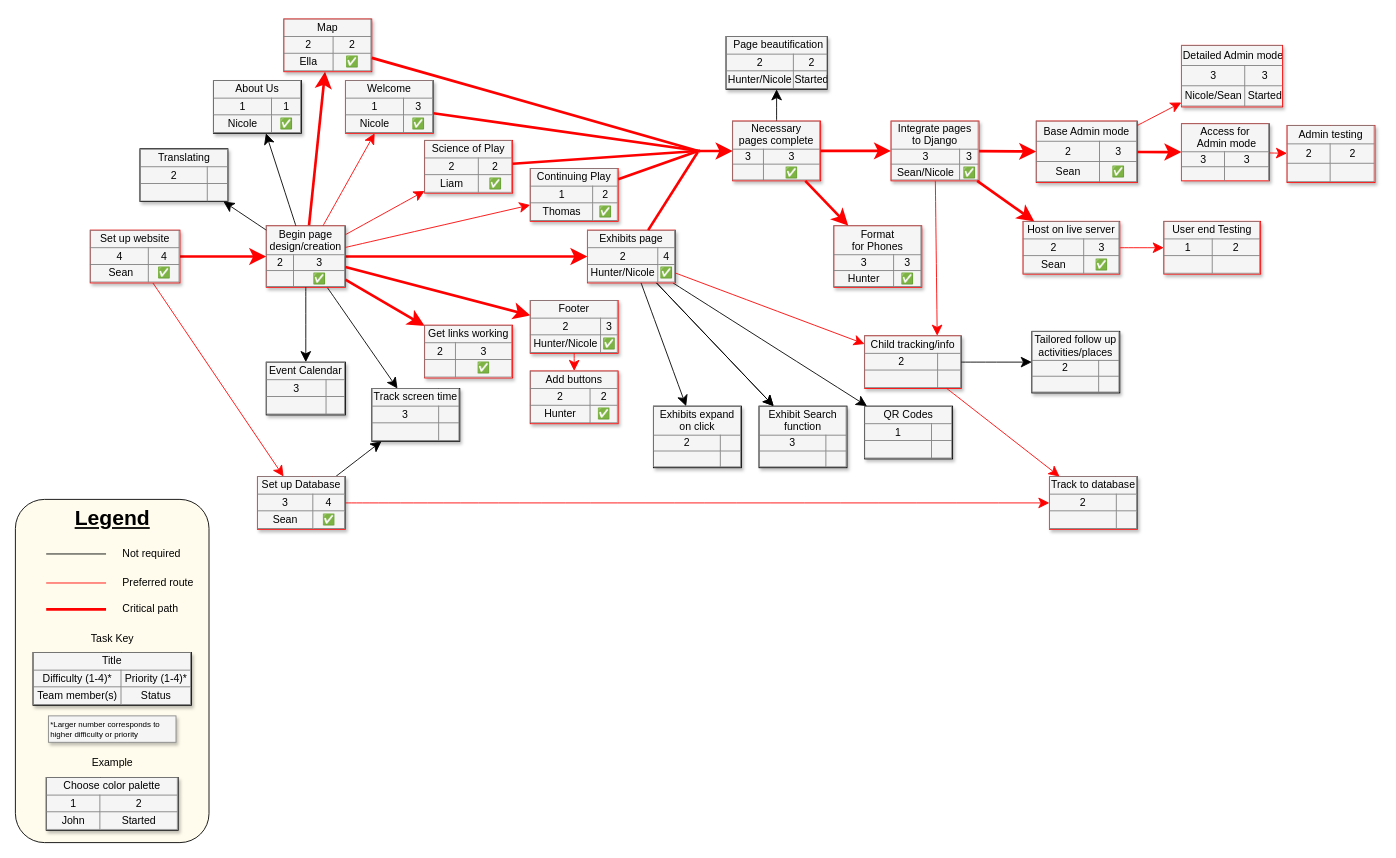
Earlier version of the draw.io diagram Benchmark 3/Documentation/PERT_benchmark_3.drawio (LiamBroderick/Group-G-CSC-230). Source tidied: cells renumbered, new cells numbered last; positions are measured from the earlier drawing's top-left corner, leaving out a move shared by most shapes. Both pictures are drawn from the tidied source at 88%, with x=0, y=0 at pixel (15, 18).
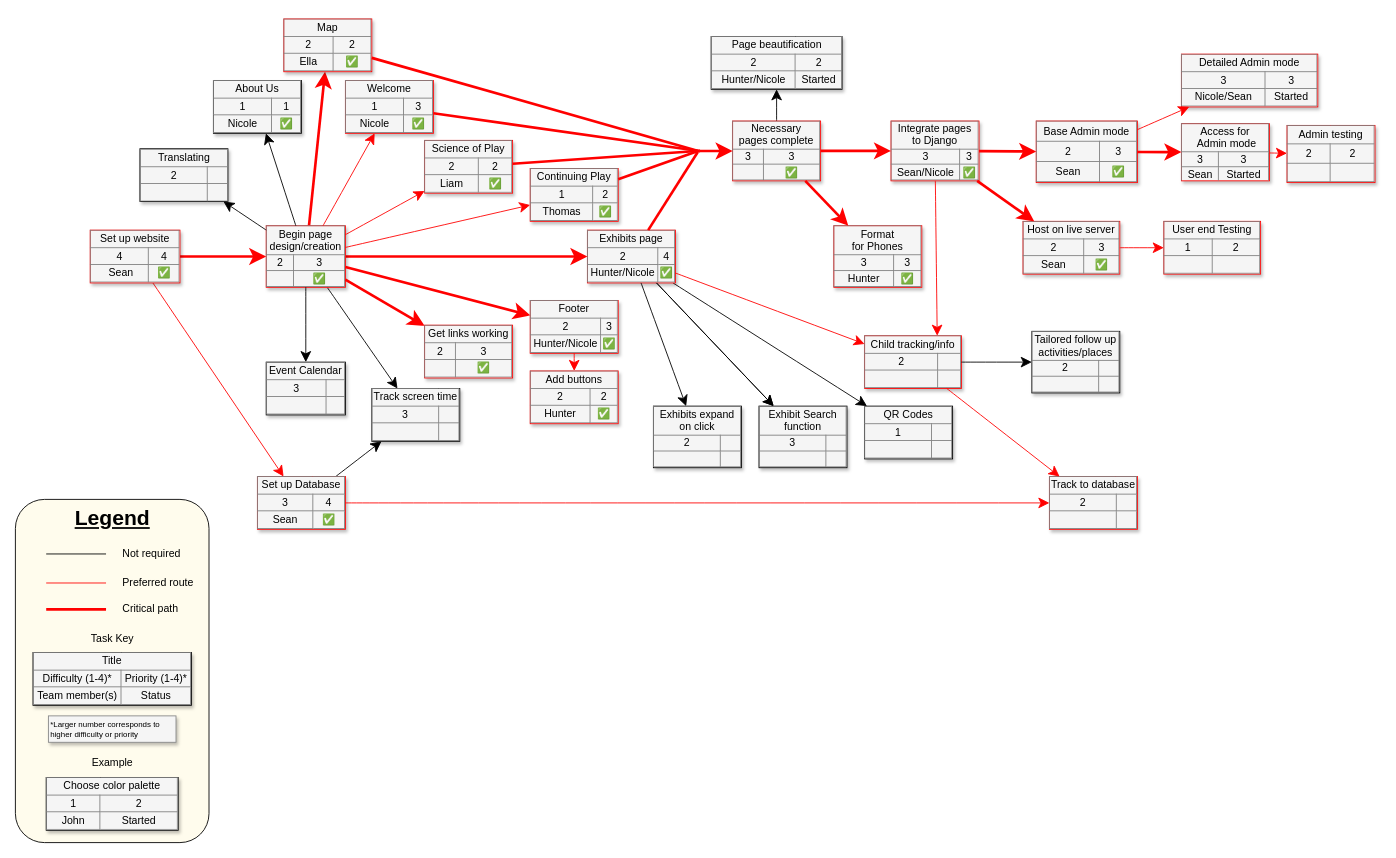
Above is the later version.

Change to the diagram source:
```diff
@@
-    <mxCell id="12" value="&lt;table border=&quot;1&quot; width=&quot;100%&quot; style=&quot;width: 100% ; height: 100% ; border-collapse: collapse&quot;&gt;&lt;tbody&gt;&lt;tr&gt;&lt;td colspan=&quot;2&quot; align=&quot;center&quot;&gt;Access for&lt;br&gt;&amp;nbsp;Admin mode&lt;br&gt;&lt;/td&gt;&lt;/tr&gt;&lt;tr&gt;&lt;td align=&quot;center&quot;&gt;3&lt;br&gt;&lt;/td&gt;&lt;td align=&quot;center&quot;&gt;3&lt;br&gt;&lt;/td&gt;&lt;/tr&gt;&lt;tr&gt;&lt;td align=&quot;center&quot;&gt;&lt;/td&gt;&lt;td align=&quot;center&quot;&gt;&lt;br&gt;&lt;/td&gt;&lt;/tr&gt;&lt;/tbody&gt;&lt;/table&gt;" style="text;html=1;strokeColor=#FF0000;fillColor=#f5f5f5;overflow=fill;rounded=0;shadow=1;fontSize=12;align=center;" parent="1" vertex="1">
+    <mxCell id="12" value="&lt;table border=&quot;1&quot; width=&quot;100%&quot; style=&quot;width: 100% ; height: 100% ; border-collapse: collapse&quot;&gt;&lt;tbody&gt;&lt;tr&gt;&lt;td colspan=&quot;2&quot; align=&quot;center&quot;&gt;Access for&lt;br&gt;&amp;nbsp;Admin mode&lt;br&gt;&lt;/td&gt;&lt;/tr&gt;&lt;tr&gt;&lt;td align=&quot;center&quot;&gt;3&lt;br&gt;&lt;/td&gt;&lt;td align=&quot;center&quot;&gt;3&lt;br&gt;&lt;/td&gt;&lt;/tr&gt;&lt;tr&gt;&lt;td align=&quot;center&quot;&gt;Sean&lt;/td&gt;&lt;td align=&quot;center&quot;&gt;Started&lt;br&gt;&lt;/td&gt;&lt;/tr&gt;&lt;/tbody&gt;&lt;/table&gt;" style="text;html=1;strokeColor=#FF0000;fillColor=#f5f5f5;overflow=fill;rounded=0;shadow=1;fontSize=12;align=center;" parent="1" vertex="1">
       <mxGeometry x="1325" y="119" width="100" height="65" as="geometry" />
     </mxCell>
@@
     <mxCell id="22" value="&lt;table border=&quot;1&quot; width=&quot;100%&quot; style=&quot;width: 100% ; height: 100% ; border-collapse: collapse&quot;&gt;&lt;tbody&gt;&lt;tr&gt;&lt;td colspan=&quot;2&quot; align=&quot;center&quot;&gt;&lt;font style=&quot;font-size: 12px&quot;&gt;Page beautification&lt;/font&gt;&lt;/td&gt;&lt;/tr&gt;&lt;tr&gt;&lt;td align=&quot;center&quot;&gt;2&lt;/td&gt;&lt;td align=&quot;center&quot;&gt;2&lt;/td&gt;&lt;/tr&gt;&lt;tr&gt;&lt;td align=&quot;center&quot;&gt;Hunter/Nicole&lt;/td&gt;&lt;td align=&quot;center&quot;&gt;Started&lt;br&gt;&lt;/td&gt;&lt;/tr&gt;&lt;/tbody&gt;&lt;/table&gt;" style="text;html=1;strokeColor=#000000;fillColor=#f5f5f5;overflow=fill;rounded=0;shadow=1;fontSize=12;align=center;" parent="1" vertex="1">
-      <mxGeometry x="807.5" y="20" width="115" height="60" as="geometry" />
+      <mxGeometry x="790.6" y="20" width="148.8" height="60" as="geometry" />
     </mxCell>
@@
     <mxCell id="79" value="&lt;table border=&quot;1&quot; width=&quot;100%&quot; style=&quot;width: 100% ; height: 100% ; border-collapse: collapse&quot;&gt;&lt;tbody&gt;&lt;tr&gt;&lt;td colspan=&quot;2&quot; align=&quot;center&quot;&gt;Detailed Admin mode&lt;br&gt;&lt;/td&gt;&lt;/tr&gt;&lt;tr&gt;&lt;td align=&quot;center&quot;&gt;3&lt;/td&gt;&lt;td align=&quot;center&quot;&gt;3&lt;/td&gt;&lt;/tr&gt;&lt;tr&gt;&lt;td align=&quot;center&quot;&gt;Nicole/Sean&lt;br&gt;&lt;/td&gt;&lt;td align=&quot;center&quot;&gt;Started&lt;/td&gt;&lt;/tr&gt;&lt;/tbody&gt;&lt;/table&gt;" style="text;html=1;strokeColor=#FF0000;fillColor=#f5f5f5;overflow=fill;rounded=0;shadow=1;fontSize=12;align=center;" parent="1" vertex="1">
-      <mxGeometry x="1325" y="30" width="115" height="70" as="geometry" />
+      <mxGeometry x="1325" y="40" width="155" height="60" as="geometry" />
     </mxCell>
```
